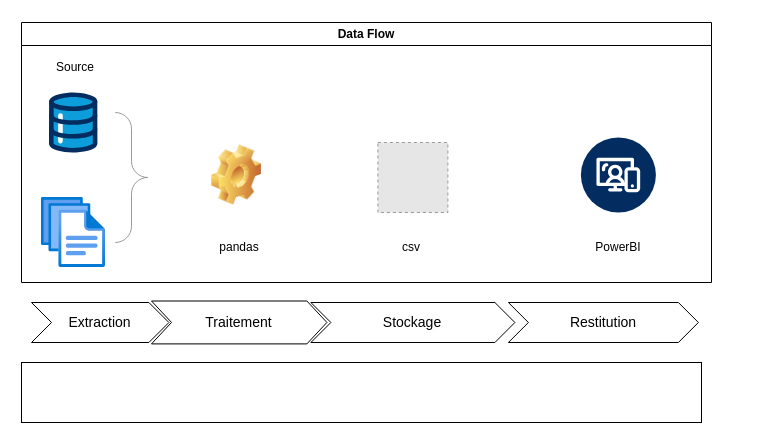
Earlier version of the draw.io diagram page "Page-1" (1 of 2) of Diagramme sans nom.drawio (abouattara/IBM-Data-Engineering). Source tidied: cells renumbered, new cells numbered last; positions are measured from the earlier drawing's top-left corner, leaving out a move shared by most shapes. Both pictures are drawn from the tidied source at 100%, with x=0, y=0 at pixel (21, 22). Pictures stored in the file or linked from it are replaced by grey dashed boxes.
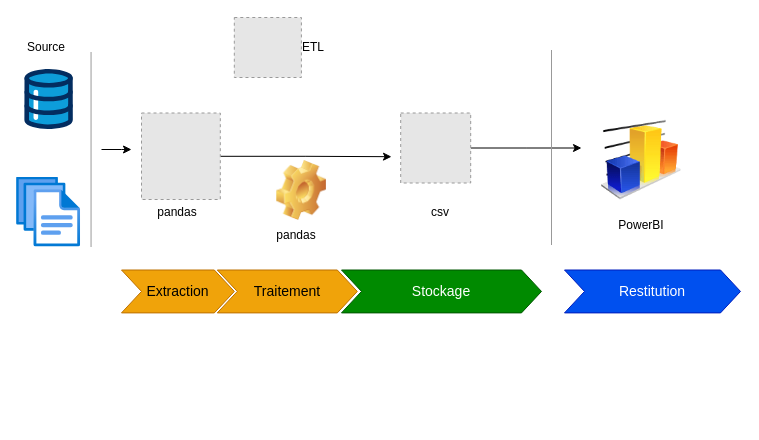
Above is the later version.

Commit message:
Mettre à jour Diagramme sans nom.drawio

The edit, as a diff of the source:
```diff
@@
-    <mxCell id="2" style="image;html=1;align=center;fontSize=12;image=img/lib/azure2/general/Files.svg;" parent="1" vertex="1">
-      <mxGeometry x="20" y="175" width="64" height="70" as="geometry" />
-    </mxCell>
-    <mxCell id="3" style="fillColor=#E6E6E6;strokeColor=#999999;dashed=1;html=1;verticalAlign=top;verticalLabelPosition=bottom;labelBackgroundColor=#ffffff;" parent="1" vertex="1">
-      <mxGeometry x="356.4" y="120" width="70" height="70" as="geometry" />
-    </mxCell>
-    <mxCell id="4" style="labelPosition=right;align=left;strokeWidth=1;shape=mxgraph.mockup.markup.curlyBrace;html=1;shadow=0;dashed=0;strokeColor=#999999;direction=north;rotation=-180;" parent="1" vertex="1">
-      <mxGeometry x="84" y="90" width="52" height="130" as="geometry" />
-    </mxCell>
-    <mxCell id="5" style="verticalLabelPosition=bottom;html=1;shape=mxgraph.salesforce.data;" parent="1" vertex="1">
-      <mxGeometry x="27.4" y="70" width="48.6" height="60" as="geometry" />
-    </mxCell>
-    <mxCell id="6" style="verticalLabelPosition=bottom;html=1;shape=mxgraph.salesforce.web2;" parent="1" vertex="1">
-      <mxGeometry x="559.4" y="115" width="75" height="75" as="geometry" />
-    </mxCell>
+    <mxCell id="8" value="Traitement" style="html=1;shape=mxgraph.infographic.ribbonSimple;notch1=20;notch2=20;align=center;verticalAlign=middle;fontSize=14;fontStyle=0;fillColor=#f0a30a;whiteSpace=wrap;fontColor=#000000;strokeColor=#BD7000;" parent="1" vertex="1">
+      <mxGeometry x="195.8" y="247.5" width="140" height="42.9" as="geometry" />
+    </mxCell>
+    <mxCell id="18" style="image;html=1;align=center;fontSize=12;image=img/lib/azure2/general/Files.svg;" parent="1" vertex="1">
+      <mxGeometry x="-4.9" y="154.5" width="64" height="70" as="geometry" />
+    </mxCell>
+    <mxCell id="19" style="edgeStyle=orthogonalEdgeStyle;rounded=0;jettySize=auto;html=1;fontColor=light-dark(#000000,#FFFFFF);" parent="1" edge="1" source="20">
+      <mxGeometry relative="1" as="geometry">
+        <mxPoint x="560" y="125.5" as="targetPoint" />
+      </mxGeometry>
+    </mxCell>
+    <mxCell id="20" style="fillColor=#E6E6E6;strokeColor=#999999;dashed=1;html=1;verticalAlign=top;verticalLabelPosition=bottom;labelBackgroundColor=#ffffff;" parent="1" vertex="1">
+      <mxGeometry x="379.2" y="90.5" width="70" height="70" as="geometry" />
+    </mxCell>
+    <mxCell id="21" style="verticalLabelPosition=bottom;html=1;shape=mxgraph.salesforce.data;" parent="1" vertex="1">
+      <mxGeometry x="2.8" y="46.5" width="48.6" height="60" as="geometry" />
+    </mxCell>
+    <mxCell id="22" style="shape=image;html=1;verticalLabelPosition=bottom;verticalAlign=top;imageAspect=0;image=img/clipart/Gear_128x128.png;" parent="1" vertex="1">
+      <mxGeometry x="255" y="138" width="50" height="60" as="geometry" />
+    </mxCell>
+    <mxCell id="15" value="csv" style="text;html=1;align=center;verticalAlign=middle;whiteSpace=wrap;rounded=0;shadow=0;strokeWidth=1;fontColor=light-dark(#000000,#FFFFFF);" parent="1" vertex="1">
+      <mxGeometry x="389.2" y="174.5" width="60" height="30" as="geometry" />
+    </mxCell>
+    <mxCell id="16" value="PowerBI" style="text;html=1;align=center;verticalAlign=middle;whiteSpace=wrap;rounded=0;shadow=0;strokeWidth=1;fontColor=light-dark(#000000,#FFFFFF);" parent="1" vertex="1">
+      <mxGeometry x="589.7" y="187.5" width="60" height="30" as="geometry" />
+    </mxCell>
+    <mxCell id="23" value="pandas" style="text;html=1;align=center;verticalAlign=middle;whiteSpace=wrap;rounded=0;shadow=0;strokeWidth=1;fontColor=light-dark(#000000,#FFFFFF);" parent="1" vertex="1">
+      <mxGeometry x="126.4" y="174.5" width="60" height="30" as="geometry" />
+    </mxCell>
+    <mxCell id="13" value="Source" style="text;html=1;align=center;verticalAlign=middle;whiteSpace=wrap;rounded=0;shadow=0;strokeWidth=1;fontColor=light-dark(#000000,#FFFFFF);" parent="1" vertex="1">
+      <mxGeometry x="-4.9" y="10" width="60" height="30" as="geometry" />
+    </mxCell>
-    <mxCell id="7" value="Extraction" style="html=1;shape=mxgraph.infographic.ribbonSimple;notch1=20;notch2=20;align=center;verticalAlign=middle;fontSize=14;fontStyle=0;fillColor=#FFFFFF;whiteSpace=wrap;" parent="1" vertex="1">
-      <mxGeometry x="10" y="280" width="137.4" height="40" as="geometry" />
+    <mxCell id="7" value="Extraction" style="html=1;shape=mxgraph.infographic.ribbonSimple;notch1=20;notch2=20;align=center;verticalAlign=middle;fontSize=14;fontStyle=0;fillColor=#f0a30a;whiteSpace=wrap;fontColor=#000000;strokeColor=#BD7000;" parent="1" vertex="1">
+      <mxGeometry x="100" y="247.5" width="112.8" height="42.9" as="geometry" />
     </mxCell>
-    <mxCell id="8" value="Traitement" style="html=1;shape=mxgraph.infographic.ribbonSimple;notch1=20;notch2=20;align=center;verticalAlign=middle;fontSize=14;fontStyle=0;fillColor=#FFFFFF;whiteSpace=wrap;" parent="1" vertex="1">
-      <mxGeometry x="130" y="278.5" width="175.4" height="42.9" as="geometry" />
-    </mxCell>
-    <mxCell id="9" value="Stockage" style="html=1;shape=mxgraph.infographic.ribbonSimple;notch1=20;notch2=20;align=center;verticalAlign=middle;fontSize=14;fontStyle=0;fillColor=#FFFFFF;whiteSpace=wrap;" parent="1" vertex="1">
-      <mxGeometry x="289.4" y="280" width="204" height="40" as="geometry" />
+    <mxCell id="9" value="Stockage" style="html=1;shape=mxgraph.infographic.ribbonSimple;notch1=20;notch2=20;align=center;verticalAlign=middle;fontSize=14;fontStyle=0;fillColor=#008a00;whiteSpace=wrap;fontColor=#ffffff;strokeColor=#005700;" parent="1" vertex="1">
+      <mxGeometry x="320" y="247.5" width="200" height="42.9" as="geometry" />
     </mxCell>
-    <mxCell id="10" value="Restitution" style="html=1;shape=mxgraph.infographic.ribbonSimple;notch1=20;notch2=20;align=center;verticalAlign=middle;fontSize=14;fontStyle=0;fillColor=#FFFFFF;whiteSpace=wrap;" parent="1" vertex="1">
-      <mxGeometry x="486.9" y="280" width="190" height="40" as="geometry" />
+    <mxCell id="10" value="Restitution" style="html=1;shape=mxgraph.infographic.ribbonSimple;notch1=20;notch2=20;align=center;verticalAlign=middle;fontSize=14;fontStyle=0;fillColor=#0050ef;whiteSpace=wrap;strokeColor=#001DBC;fontColor=#ffffff;" parent="1" vertex="1">
+      <mxGeometry x="543" y="247.5" width="176" height="42.9" as="geometry" />
     </mxCell>
-    <mxCell id="11" value="pandas" style="text;html=1;align=center;verticalAlign=middle;whiteSpace=wrap;rounded=0;" parent="1" vertex="1">
-      <mxGeometry x="187.7" y="210" width="60" height="30" as="geometry" />
-    </mxCell>
-    <mxCell id="12" value="Data Flow" style="swimlane;whiteSpace=wrap;html=1;" parent="1" vertex="1">
-      <mxGeometry width="690" height="260" as="geometry" />
-    </mxCell>
-    <mxCell id="13" value="Source" style="text;html=1;align=center;verticalAlign=middle;whiteSpace=wrap;rounded=0;" parent="12" vertex="1">
-      <mxGeometry x="24" y="30" width="60" height="30" as="geometry" />
-    </mxCell>
-    <mxCell id="14" style="shape=image;html=1;verticalLabelPosition=bottom;verticalAlign=top;imageAspect=0;image=img/clipart/Gear_128x128.png;" parent="12" vertex="1">
-      <mxGeometry x="190" y="122.5" width="50" height="60" as="geometry" />
-    </mxCell>
-    <mxCell id="15" value="csv" style="text;html=1;align=center;verticalAlign=middle;whiteSpace=wrap;rounded=0;" parent="12" vertex="1">
-      <mxGeometry x="360" y="210" width="60" height="30" as="geometry" />
-    </mxCell>
-    <mxCell id="16" value="PowerBI" style="text;html=1;align=center;verticalAlign=middle;whiteSpace=wrap;rounded=0;" parent="12" vertex="1">
-      <mxGeometry x="566.9" y="210" width="60" height="30" as="geometry" />
-    </mxCell>
-    <mxCell id="17" style="rounded=0;whiteSpace=wrap;html=1;" parent="1" vertex="1">
-      <mxGeometry y="340" width="680" height="60" as="geometry" />
-    </mxCell>
+    <mxCell id="24" style="image;html=1;image=img/lib/clip_art/finance/Graph_128x128.png;" parent="1" vertex="1">
+      <mxGeometry x="579.7" y="97.5" width="80" height="80" as="geometry" />
+    </mxCell>
+    <mxCell id="25" style="verticalLabelPosition=bottom;shadow=0;dashed=0;align=center;html=1;verticalAlign=top;strokeWidth=1;shape=mxgraph.mockup.markup.line;strokeColor=#999999;direction=north;" parent="1" vertex="1">
+      <mxGeometry x="520" y="27.5" width="20" height="195" as="geometry" />
+    </mxCell>
+    <mxCell id="26" style="edgeStyle=orthogonalEdgeStyle;rounded=0;jettySize=auto;html=1;shadow=0;strokeWidth=1;fontColor=light-dark(#000000,#FFFFFF);" parent="1" edge="1" source="27">
+      <mxGeometry relative="1" as="geometry">
+        <mxPoint x="110" y="127" as="targetPoint" />
+      </mxGeometry>
+    </mxCell>
+    <mxCell id="27" style="verticalLabelPosition=bottom;shadow=0;dashed=0;align=center;html=1;verticalAlign=top;strokeWidth=1;shape=mxgraph.mockup.markup.line;strokeColor=#999999;direction=north;" parent="1" vertex="1">
+      <mxGeometry x="59.1" y="29.5" width="20.9" height="195" as="geometry" />
+    </mxCell>
+    <mxCell id="28" value="ETL" style="text;html=1;align=center;verticalAlign=middle;whiteSpace=wrap;rounded=0;shadow=0;strokeWidth=1;fontColor=light-dark(#000000,#FFFFFF);" parent="1" vertex="1">
+      <mxGeometry x="262" y="10" width="60" height="30" as="geometry" />
+    </mxCell>
+    <mxCell id="29" style="edgeStyle=orthogonalEdgeStyle;rounded=0;jettySize=auto;html=1;shadow=0;strokeWidth=1;fontColor=light-dark(#000000,#FFFFFF);" parent="1" edge="1" source="30">
+      <mxGeometry relative="1" as="geometry">
+        <mxPoint x="370" y="134.2" as="targetPoint" />
+      </mxGeometry>
+    </mxCell>
+    <mxCell id="30" style="fillColor=#E6E6E6;strokeColor=#999999;dashed=1;verticalLabelPosition=bottom;verticalAlign=top;" parent="1" vertex="1">
+      <mxGeometry x="120" y="90.5" width="78.8" height="86.5" as="geometry" />
+    </mxCell>
+    <mxCell id="31" style="fillColor=#E6E6E6;strokeColor=#999999;dashed=1;verticalLabelPosition=bottom;verticalAlign=top;" parent="1" vertex="1">
+      <mxGeometry x="212.8" y="-5" width="67.1" height="60" as="geometry" />
+    </mxCell>
+    <mxCell id="32" value="pandas" style="text;html=1;align=center;verticalAlign=middle;whiteSpace=wrap;rounded=0;shadow=0;strokeWidth=1;fontColor=light-dark(#000000,#FFFFFF);" parent="1" vertex="1">
+      <mxGeometry x="245" y="198" width="60" height="30" as="geometry" />
+    </mxCell>
```
